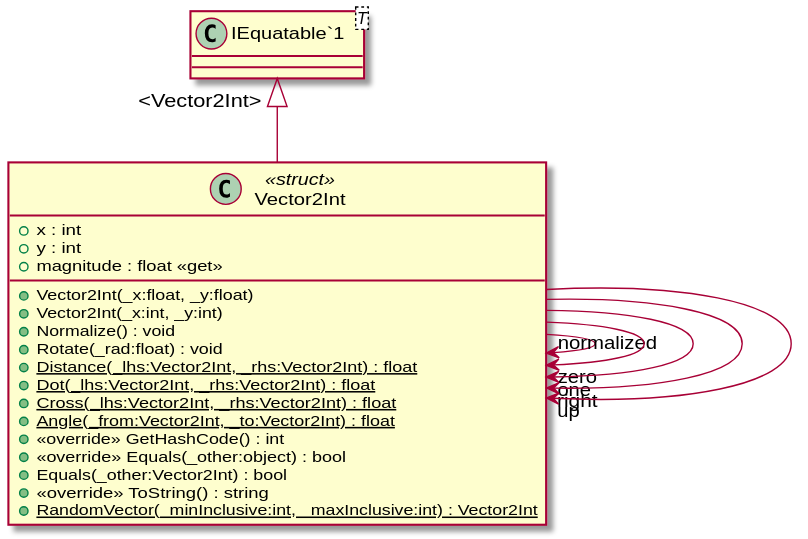
This is UML/Core/Math/Vector2Int.svg from Zaephus/GraphicsProgramming, a PlantUML export, as it was before one commit. The source it was exported from:
```plantuml
@startuml
class Vector2Int <<struct>> {
    + x : int
    + y : int
    + Vector2Int(_x:float, _y:float)
    + Vector2Int(_x:int, _y:int)
    + magnitude : float <<get>>
    + Normalize() : void
    + Rotate(_rad:float) : void
    + {static} Distance(_lhs:Vector2Int, _rhs:Vector2Int) : float
    + {static} Dot(_lhs:Vector2Int, _rhs:Vector2Int) : float
    + {static} Cross(_lhs:Vector2Int, _rhs:Vector2Int) : float
    + {static} Angle(_from:Vector2Int, _to:Vector2Int) : float
    + <<override>> GetHashCode() : int
    + <<override>> Equals(_other:object) : bool
    + Equals(_other:Vector2Int) : bool
    + <<override>> ToString() : string
    + {static} RandomVector(_minInclusive:int, _maxInclusive:int) : Vector2Int
}
class "IEquatable`1"<T> {
}
"IEquatable`1" "<Vector2Int>" <|-- Vector2Int
Vector2Int --> "normalized" Vector2Int
Vector2Int --> "zero" Vector2Int
Vector2Int --> "one" Vector2Int
Vector2Int --> "right" Vector2Int
Vector2Int --> "up" Vector2Int
@enduml
```
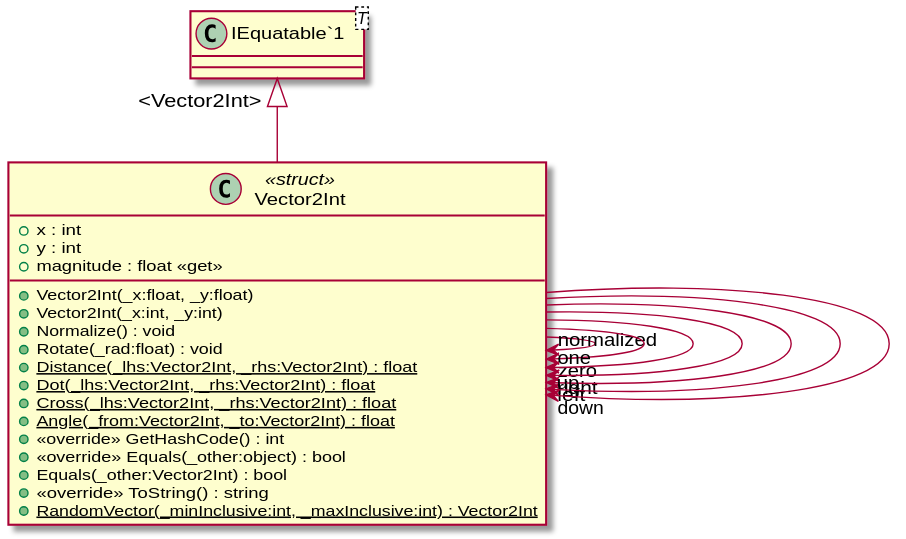
Above is the later version.

Diff of the diagram source:
```diff
@@ -24,5 +24,7 @@
 Vector2Int --> "zero" Vector2Int
 Vector2Int --> "one" Vector2Int
 Vector2Int --> "right" Vector2Int
+Vector2Int --> "left" Vector2Int
 Vector2Int --> "up" Vector2Int
+Vector2Int --> "down" Vector2Int
 @enduml
```
